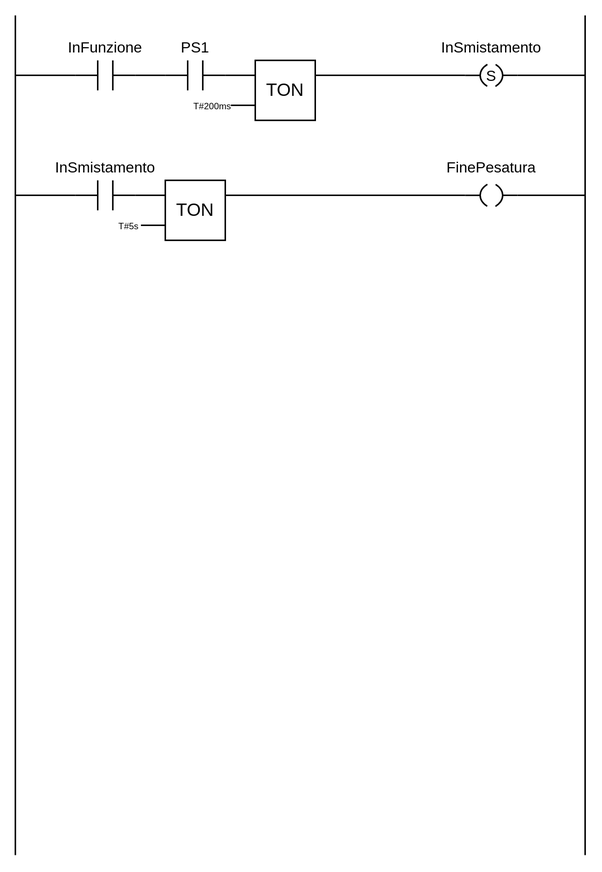
flavio20002/materiale-didattico keeps this draw.io diagram as docs/sistemi-5/images/esame2018_ladder_3.svg. Above is the earlier version. Source tidied: cells renumbered, new cells last; positions are measured from the earlier drawing's top-left corner, leaving out a move shared by most shapes.
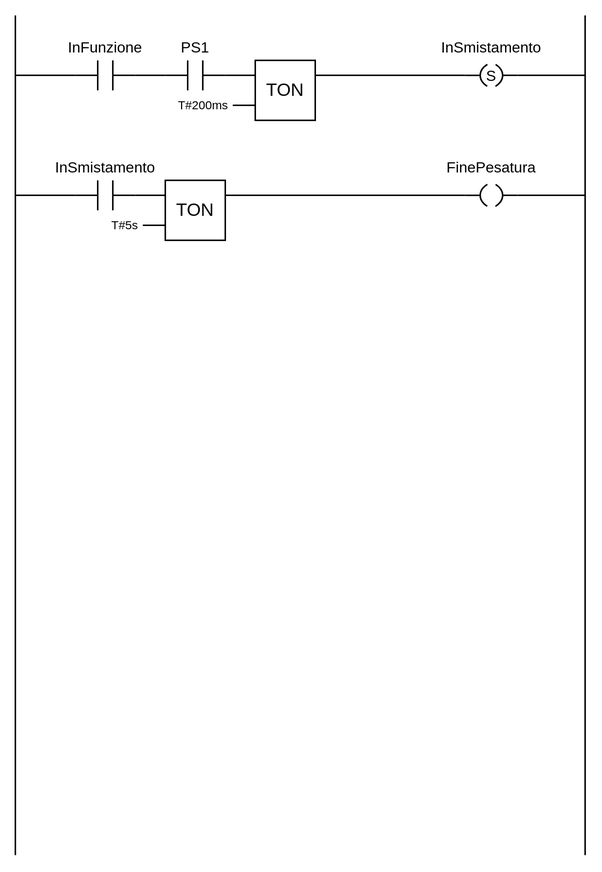
The same file after the commit.

Diff of the diagram source:
```diff
@@ -122,28 +122,6 @@
     <mxCell id="24" value="S" style="text;html=1;align=center;verticalAlign=middle;whiteSpace=wrap;rounded=0;fontSize=10;" parent="19" vertex="1">
       <mxGeometry x="20" y="8.8" width="5" height="2.5" as="geometry" />
     </mxCell>
-    <mxCell id="25" style="group;" parent="1" vertex="1">
-      <mxGeometry x="130" y="30" width="70" height="40" as="geometry" />
-    </mxCell>
-    <mxCell id="26" value="TON" style="whiteSpace=wrap;html=1;" parent="25" vertex="1">
-      <mxGeometry x="30" width="40" height="40" as="geometry" />
-    </mxCell>
-    <mxCell id="27" value="&lt;font style=&quot;font-size: 6px;&quot;&gt;T#200ms&lt;/font&gt;" style="endArrow=none;html=1;rounded=0;exitX=0;exitY=0.75;exitDx=0;exitDy=0;labelPosition=left;verticalLabelPosition=middle;align=right;verticalAlign=middle;fontSize=8;" parent="25" edge="1" source="26">
-      <mxGeometry relative="1" as="geometry">
-        <mxPoint y="30" as="targetPoint" />
-      </mxGeometry>
-    </mxCell>
-    <mxCell id="28" style="group;" parent="1" vertex="1">
-      <mxGeometry x="70" y="110" width="70" height="40" as="geometry" />
-    </mxCell>
-    <mxCell id="29" value="TON" style="whiteSpace=wrap;html=1;" parent="28" vertex="1">
-      <mxGeometry x="30" width="40" height="40" as="geometry" />
-    </mxCell>
-    <mxCell id="30" value="&lt;font style=&quot;font-size: 6px;&quot;&gt;T#5s&amp;nbsp;&lt;/font&gt;" style="endArrow=none;html=1;rounded=0;exitX=0;exitY=0.75;exitDx=0;exitDy=0;labelPosition=left;verticalLabelPosition=middle;align=right;verticalAlign=middle;fontSize=8;" parent="28" edge="1" source="29">
-      <mxGeometry relative="1" as="geometry">
-        <mxPoint y="30" as="targetPoint" />
-      </mxGeometry>
-    </mxCell>
     <mxCell id="31" value="InSmistamento" style="group;labelPosition=center;verticalLabelPosition=top;align=center;verticalAlign=bottom;fontSize=10;" parent="1" vertex="1">
       <mxGeometry x="40" y="110" width="40" height="20" as="geometry" />
     </mxCell>
@@ -177,9 +155,10 @@
         <mxPoint x="40" y="120" as="targetPoint" />
       </mxGeometry>
     </mxCell>
-    <mxCell id="37" style="endArrow=none;html=1;rounded=0;entryX=0;entryY=0.25;entryDx=0;entryDy=0;" parent="1" edge="1" target="29">
+    <mxCell id="37" style="endArrow=none;html=1;rounded=0;entryX=0;entryY=0.25;entryDx=0;entryDy=0;" parent="1" edge="1">
       <mxGeometry relative="1" as="geometry">
         <mxPoint x="80" y="120" as="sourcePoint" />
+        <mxPoint x="100" y="120" as="targetPoint" />
       </mxGeometry>
     </mxCell>
     <mxCell id="38" value="FinePesatura" style="group;labelPosition=center;verticalLabelPosition=top;align=center;verticalAlign=bottom;fontSize=10;" parent="1" vertex="1">
@@ -203,8 +182,9 @@
         <mxPoint x="15" y="10" as="targetPoint" />
       </mxGeometry>
     </mxCell>
-    <mxCell id="43" style="endArrow=none;html=1;rounded=0;exitX=1;exitY=0.25;exitDx=0;exitDy=0;" parent="1" edge="1" source="29">
+    <mxCell id="43" style="endArrow=none;html=1;rounded=0;exitX=1;exitY=0.25;exitDx=0;exitDy=0;" parent="1" edge="1">
       <mxGeometry relative="1" as="geometry">
+        <mxPoint x="140" y="120" as="sourcePoint" />
         <mxPoint x="300" y="120" as="targetPoint" />
       </mxGeometry>
     </mxCell>
@@ -214,5 +194,27 @@
         <mxPoint x="380" y="120" as="targetPoint" />
       </mxGeometry>
     </mxCell>
+    <mxCell id="45" style="group;" parent="1" vertex="1">
+      <mxGeometry x="145" y="30" width="55" height="40" as="geometry" />
+    </mxCell>
+    <mxCell id="26" value="TON" style="whiteSpace=wrap;html=1;" parent="45" vertex="1">
+      <mxGeometry x="15" width="40" height="40" as="geometry" />
+    </mxCell>
+    <mxCell id="27" value="&lt;font style=&quot;font-size: 8px;&quot;&gt;T#200ms&lt;/font&gt;" style="endArrow=none;html=1;rounded=0;exitX=0;exitY=0.75;exitDx=0;exitDy=0;labelPosition=left;verticalLabelPosition=middle;align=right;verticalAlign=middle;fontSize=8;spacingRight=2;" parent="45" edge="1" source="26">
+      <mxGeometry x="1" relative="1" as="geometry">
+        <mxPoint y="30" as="targetPoint" />
+      </mxGeometry>
+    </mxCell>
+    <mxCell id="46" style="group;" parent="1" vertex="1">
+      <mxGeometry x="85" y="110" width="55" height="40" as="geometry" />
+    </mxCell>
+    <mxCell id="29" value="TON" style="whiteSpace=wrap;html=1;" parent="46" vertex="1">
+      <mxGeometry x="15" width="40" height="40" as="geometry" />
+    </mxCell>
+    <mxCell id="30" value="&lt;font style=&quot;font-size: 8px;&quot;&gt;T#5s&lt;/font&gt;" style="endArrow=none;html=1;rounded=0;exitX=0;exitY=0.75;exitDx=0;exitDy=0;labelPosition=left;verticalLabelPosition=middle;align=right;verticalAlign=middle;fontSize=8;spacingRight=2;" parent="46" edge="1" source="29">
+      <mxGeometry x="1" relative="1" as="geometry">
+        <mxPoint y="30" as="targetPoint" />
+      </mxGeometry>
+    </mxCell>
   </root>
 </mxGraphModel>
```
